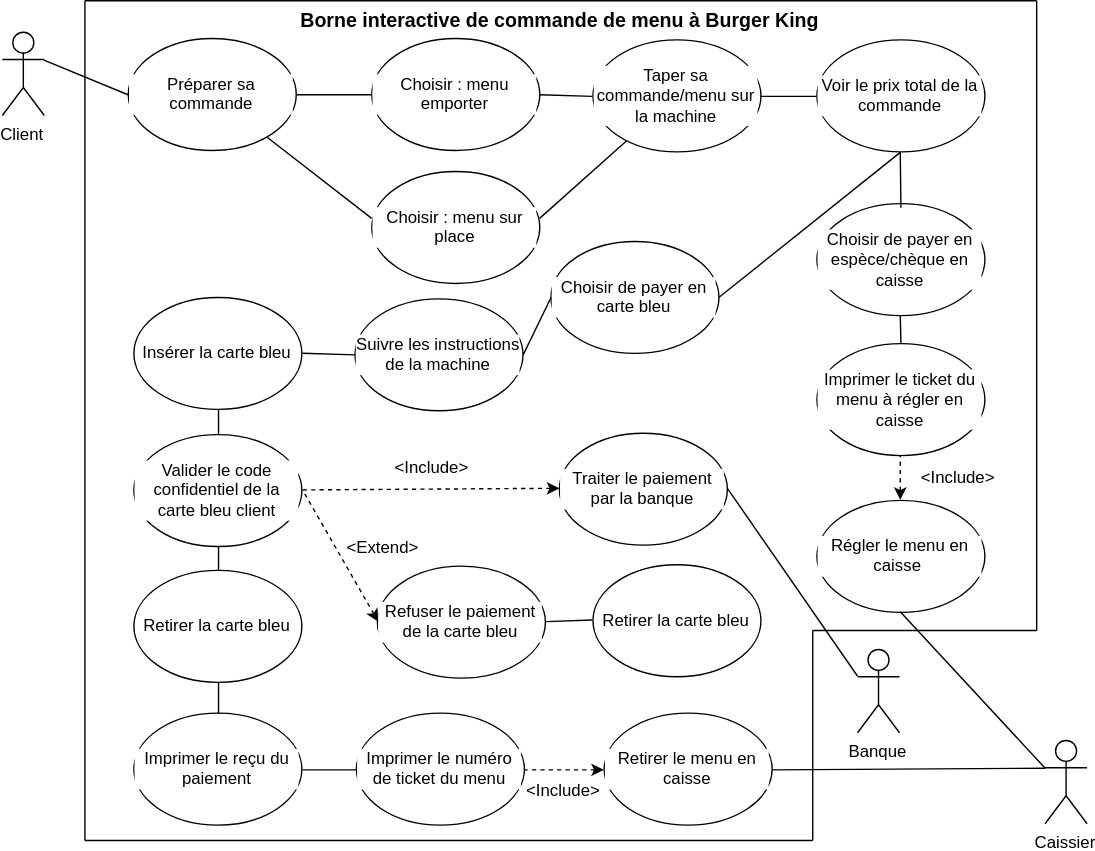
This is andhanouni/Usecase.svg from tagouth/GSI-AVUN_18-20, a draw.io export, as it was before one commit. Source tidied: cells renumbered, new cells last; positions are measured from the earlier drawing's top-left corner, leaving out a move shared by most shapes.
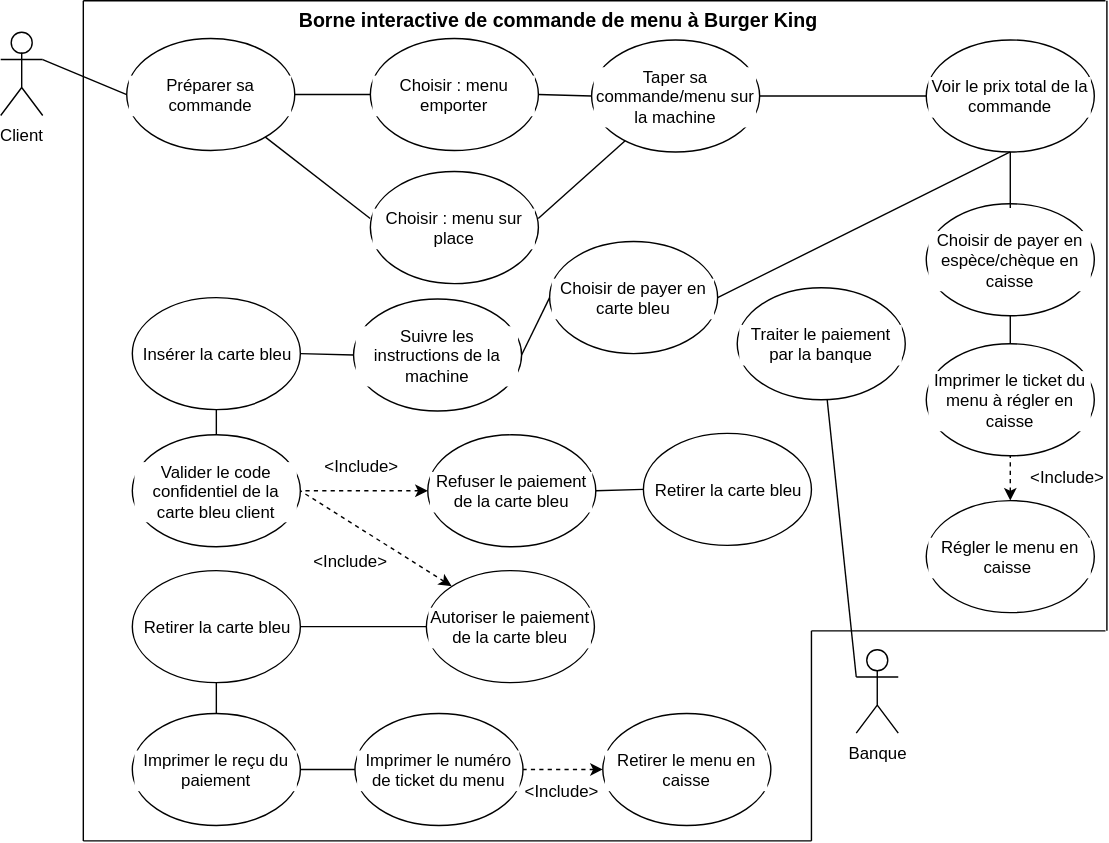
Above is the later version.

Change to the diagram source:
```diff
@@ -8,9 +8,6 @@
     <mxCell id="3" value="Préparer sa commande" style="ellipse;whiteSpace=wrap;html=1;shadow=0;labelBackgroundColor=#ffffff;align=center;direction=west;" parent="1" vertex="1">
       <mxGeometry x="90" y="27" width="120" height="80" as="geometry" />
     </mxCell>
-    <mxCell id="4" value="Caissier" style="shape=umlActor;verticalLabelPosition=bottom;labelBackgroundColor=#ffffff;verticalAlign=top;outlineConnect=0;shadow=0;align=center;html=1;" parent="1" vertex="1">
-      <mxGeometry x="745" y="528" width="30" height="60" as="geometry" />
-    </mxCell>
     <mxCell id="5" value="Banque" style="shape=umlActor;verticalLabelPosition=bottom;labelBackgroundColor=#ffffff;verticalAlign=top;outlineConnect=0;shadow=0;align=center;html=1;" parent="1" vertex="1">
       <mxGeometry x="611" y="463" width="30" height="60" as="geometry" />
     </mxCell>
@@ -24,7 +21,7 @@
       <mxGeometry x="422" y="28" width="120" height="80" as="geometry" />
     </mxCell>
     <mxCell id="9" value="Voir le prix total de la commande" style="ellipse;whiteSpace=wrap;html=1;shadow=0;labelBackgroundColor=#ffffff;align=center;" parent="1" vertex="1">
-      <mxGeometry x="582" y="28" width="120" height="80" as="geometry" />
+      <mxGeometry x="661" y="28" width="120" height="80" as="geometry" />
     </mxCell>
     <mxCell id="10" style="endArrow=none;html=1;exitX=1;exitY=0.3333333333333333;exitDx=0;exitDy=0;exitPerimeter=0;entryX=1;entryY=0.5;entryDx=0;entryDy=0;" parent="1" edge="1" source="2" target="3">
       <mxGeometry relative="1" as="geometry" />
@@ -52,31 +49,28 @@
       <mxGeometry x="392" y="172" width="120" height="80" as="geometry" />
     </mxCell>
     <mxCell id="17" value="Choisir de payer en espèce/chèque en caisse" style="ellipse;whiteSpace=wrap;html=1;shadow=0;labelBackgroundColor=#ffffff;align=center;" parent="1" vertex="1">
-      <mxGeometry x="582" y="145" width="120" height="80" as="geometry" />
+      <mxGeometry x="661" y="145" width="120" height="80" as="geometry" />
     </mxCell>
     <mxCell id="18" value="Imprimer le ticket du menu à régler en caisse" style="ellipse;whiteSpace=wrap;html=1;shadow=0;labelBackgroundColor=#ffffff;align=center;" parent="1" vertex="1">
-      <mxGeometry x="582" y="244.5" width="120" height="80" as="geometry" />
+      <mxGeometry x="661" y="244.5" width="120" height="80" as="geometry" />
     </mxCell>
     <mxCell id="19" style="endArrow=none;html=1;entryX=0.5;entryY=1;entryDx=0;entryDy=0;exitX=1;exitY=0.5;exitDx=0;exitDy=0;" parent="1" edge="1" source="16" target="9">
       <mxGeometry relative="1" as="geometry" />
     </mxCell>
     <mxCell id="20" style="endArrow=none;html=1;entryX=0.5;entryY=1;entryDx=0;entryDy=0;" parent="1" edge="1" target="9">
       <mxGeometry relative="1" as="geometry">
-        <mxPoint x="642" y="148" as="sourcePoint" />
+        <mxPoint x="721" y="148" as="sourcePoint" />
       </mxGeometry>
     </mxCell>
     <mxCell id="21" style="endArrow=none;html=1;entryX=0.5;entryY=1;entryDx=0;entryDy=0;" parent="1" edge="1" source="18" target="17">
       <mxGeometry relative="1" as="geometry" />
     </mxCell>
     <mxCell id="22" value="Régler le menu en caisse&amp;nbsp;" style="ellipse;whiteSpace=wrap;html=1;shadow=0;labelBackgroundColor=#ffffff;align=center;" parent="1" vertex="1">
-      <mxGeometry x="582" y="357" width="120" height="80" as="geometry" />
+      <mxGeometry x="661" y="357" width="120" height="80" as="geometry" />
     </mxCell>
     <mxCell id="23" style="endArrow=none;dashed=1;html=1;strokeWidth=1;exitX=0.5;exitY=0;exitDx=0;exitDy=0;startArrow=classic;startFill=1;entryX=0.5;entryY=1;entryDx=0;entryDy=0;" parent="1" edge="1" source="22" target="18">
       <mxGeometry relative="1" as="geometry" />
     </mxCell>
-    <mxCell id="24" style="endArrow=none;html=1;strokeWidth=1;entryX=0.5;entryY=1;entryDx=0;entryDy=0;exitX=0;exitY=0.3333333333333333;exitDx=0;exitDy=0;exitPerimeter=0;" parent="1" edge="1" source="4" target="22">
-      <mxGeometry relative="1" as="geometry" />
-    </mxCell>
     <mxCell id="25" value="Suivre les instructions de la machine" style="ellipse;whiteSpace=wrap;html=1;shadow=0;labelBackgroundColor=#ffffff;align=center;" parent="1" vertex="1">
       <mxGeometry x="252" y="213" width="120" height="80" as="geometry" />
     </mxCell>
@@ -98,11 +92,8 @@
     <mxCell id="31" value="Retirer la carte bleu" style="ellipse;whiteSpace=wrap;html=1;shadow=0;labelBackgroundColor=#ffffff;align=center;" parent="1" vertex="1">
       <mxGeometry x="94" y="407" width="120" height="80" as="geometry" />
     </mxCell>
-    <mxCell id="32" style="endArrow=none;html=1;strokeWidth=1;entryX=0.5;entryY=1;entryDx=0;entryDy=0;exitX=0.5;exitY=0;exitDx=0;exitDy=0;" parent="1" edge="1" source="31" target="29">
-      <mxGeometry relative="1" as="geometry" />
-    </mxCell>
     <mxCell id="33" value="Traiter le paiement par la banque" style="ellipse;whiteSpace=wrap;html=1;shadow=0;labelBackgroundColor=#ffffff;align=center;" parent="1" vertex="1">
-      <mxGeometry x="398" y="308.5" width="120" height="80" as="geometry" />
+      <mxGeometry x="526" y="204.5" width="120" height="80" as="geometry" />
     </mxCell>
     <mxCell id="34" value="Imprimer le reçu du paiement" style="ellipse;whiteSpace=wrap;html=1;shadow=0;labelBackgroundColor=#ffffff;align=center;" parent="1" vertex="1">
       <mxGeometry x="94" y="509" width="120" height="80" as="geometry" />
@@ -116,41 +107,29 @@
     <mxCell id="37" value="Retirer le menu en caisse" style="ellipse;whiteSpace=wrap;html=1;shadow=0;labelBackgroundColor=#ffffff;align=center;" parent="1" vertex="1">
       <mxGeometry x="430" y="509" width="120" height="80" as="geometry" />
     </mxCell>
-    <mxCell id="38" style="endArrow=none;html=1;strokeWidth=1;entryX=1;entryY=0.5;entryDx=0;entryDy=0;exitX=0;exitY=0.3333333333333333;exitDx=0;exitDy=0;exitPerimeter=0;" parent="1" edge="1" source="4" target="37">
-      <mxGeometry relative="1" as="geometry" />
-    </mxCell>
     <mxCell id="39" style="endArrow=none;dashed=1;html=1;strokeWidth=1;entryX=1;entryY=0.5;entryDx=0;entryDy=0;startArrow=classic;startFill=1;exitX=0;exitY=0.5;exitDx=0;exitDy=0;" parent="1" edge="1" source="37" target="36">
       <mxGeometry relative="1" as="geometry" />
     </mxCell>
     <mxCell id="40" style="endArrow=none;html=1;strokeWidth=1;entryX=1;entryY=0.5;entryDx=0;entryDy=0;exitX=0;exitY=0.5;exitDx=0;exitDy=0;" parent="1" edge="1" source="36" target="34">
       <mxGeometry relative="1" as="geometry" />
     </mxCell>
-    <mxCell id="41" style="endArrow=none;dashed=1;html=1;strokeWidth=1;entryX=1;entryY=0.5;entryDx=0;entryDy=0;exitX=0;exitY=0.5;exitDx=0;exitDy=0;startArrow=classic;startFill=1;" parent="1" edge="1" source="33" target="29">
-      <mxGeometry relative="1" as="geometry" />
-    </mxCell>
-    <mxCell id="42" style="endArrow=none;html=1;strokeWidth=1;entryX=1;entryY=0.5;entryDx=0;entryDy=0;exitX=0;exitY=0.3333333333333333;exitDx=0;exitDy=0;exitPerimeter=0;" parent="1" edge="1" source="5" target="33">
-      <mxGeometry relative="1" as="geometry" />
-    </mxCell>
     <mxCell id="43" value="Refuser le paiement de la carte bleu" style="ellipse;whiteSpace=wrap;html=1;shadow=0;labelBackgroundColor=#ffffff;align=center;" parent="1" vertex="1">
-      <mxGeometry x="268" y="403.5" width="120" height="80" as="geometry" />
+      <mxGeometry x="305" y="309.5" width="120" height="80" as="geometry" />
     </mxCell>
     <mxCell id="44" style="endArrow=none;dashed=1;html=1;strokeWidth=1;entryX=1;entryY=0.5;entryDx=0;entryDy=0;startArrow=classic;startFill=1;exitX=0;exitY=0.5;exitDx=0;exitDy=0;" parent="1" edge="1" source="43" target="29">
       <mxGeometry relative="1" as="geometry" />
     </mxCell>
     <mxCell id="45" value="Retirer la carte bleu" style="ellipse;whiteSpace=wrap;html=1;shadow=0;labelBackgroundColor=#ffffff;align=center;" parent="1" vertex="1">
-      <mxGeometry x="422" y="403" width="120" height="80" as="geometry" />
+      <mxGeometry x="459" y="309" width="120" height="80" as="geometry" />
     </mxCell>
     <mxCell id="46" style="endArrow=none;html=1;strokeWidth=1;exitX=0;exitY=0.5;exitDx=0;exitDy=0;entryX=1;entryY=0.5;entryDx=0;entryDy=0;" parent="1" edge="1" source="45" target="43">
       <mxGeometry relative="1" as="geometry" />
     </mxCell>
-    <mxCell id="47" value="&amp;lt;Include&amp;gt;" style="text;html=1;strokeColor=none;fillColor=none;align=center;verticalAlign=middle;whiteSpace=wrap;rounded=0;shadow=0;labelBackgroundColor=#ffffff;" parent="1" vertex="1">
-      <mxGeometry x="286" y="322.5" width="40" height="20" as="geometry" />
-    </mxCell>
-    <mxCell id="48" value="&amp;lt;Extend&amp;gt;" style="text;html=1;strokeColor=none;fillColor=none;align=center;verticalAlign=middle;whiteSpace=wrap;rounded=0;shadow=0;labelBackgroundColor=#ffffff;" parent="1" vertex="1">
-      <mxGeometry x="252" y="379.5" width="40" height="20" as="geometry" />
+    <mxCell id="48" value="&amp;lt;Include&amp;gt;" style="text;html=1;strokeColor=none;fillColor=none;align=center;verticalAlign=middle;whiteSpace=wrap;rounded=0;shadow=0;labelBackgroundColor=#ffffff;" parent="1" vertex="1">
+      <mxGeometry x="237" y="321.5" width="40" height="20" as="geometry" />
     </mxCell>
     <mxCell id="49" value="&amp;lt;Include&amp;gt;" style="text;html=1;strokeColor=none;fillColor=none;align=center;verticalAlign=middle;whiteSpace=wrap;rounded=0;shadow=0;labelBackgroundColor=#ffffff;" parent="1" vertex="1">
-      <mxGeometry x="662" y="329.5" width="40" height="20" as="geometry" />
+      <mxGeometry x="741" y="329.5" width="40" height="20" as="geometry" />
     </mxCell>
     <mxCell id="50" value="&amp;lt;Include&amp;gt;" style="text;html=1;strokeColor=none;fillColor=none;align=center;verticalAlign=middle;whiteSpace=wrap;rounded=0;shadow=0;labelBackgroundColor=#ffffff;" parent="1" vertex="1">
       <mxGeometry x="380" y="554" width="40" height="20" as="geometry" />
@@ -179,20 +158,35 @@
     <mxCell id="55" style="endArrow=none;html=1;strokeWidth=1;" parent="1" edge="1">
       <mxGeometry relative="1" as="geometry">
         <mxPoint x="59" as="sourcePoint" />
-        <mxPoint x="739" as="targetPoint" />
+        <mxPoint x="789" as="targetPoint" />
       </mxGeometry>
     </mxCell>
     <mxCell id="56" style="endArrow=none;html=1;strokeWidth=1;" parent="1" edge="1">
       <mxGeometry relative="1" as="geometry">
-        <mxPoint x="739" y="450" as="sourcePoint" />
-        <mxPoint x="739" as="targetPoint" />
+        <mxPoint x="790" y="450" as="sourcePoint" />
+        <mxPoint x="790" as="targetPoint" />
       </mxGeometry>
     </mxCell>
     <mxCell id="57" style="endArrow=none;html=1;strokeWidth=1;" parent="1" edge="1">
       <mxGeometry relative="1" as="geometry">
         <mxPoint x="579" y="450" as="sourcePoint" />
-        <mxPoint x="739" y="450" as="targetPoint" />
+        <mxPoint x="789" y="450" as="targetPoint" />
       </mxGeometry>
     </mxCell>
+    <mxCell id="58" style="endArrow=none;html=1;entryX=0;entryY=0.3333333333333333;entryDx=0;entryDy=0;entryPerimeter=0;" parent="1" edge="1" source="33" target="5">
+      <mxGeometry relative="1" as="geometry" />
+    </mxCell>
+    <mxCell id="59" value="Autoriser le paiement de la carte bleu" style="ellipse;whiteSpace=wrap;html=1;shadow=0;labelBackgroundColor=#ffffff;align=center;" parent="1" vertex="1">
+      <mxGeometry x="304" y="406.5" width="120" height="80" as="geometry" />
+    </mxCell>
+    <mxCell id="60" style="endArrow=none;dashed=1;html=1;strokeWidth=1;entryX=1;entryY=0.5;entryDx=0;entryDy=0;startArrow=classic;startFill=1;exitX=0;exitY=0;exitDx=0;exitDy=0;" parent="1" edge="1" source="59" target="29">
+      <mxGeometry relative="1" as="geometry" />
+    </mxCell>
+    <mxCell id="61" style="endArrow=none;html=1;entryX=0;entryY=0.5;entryDx=0;entryDy=0;exitX=1;exitY=0.5;exitDx=0;exitDy=0;" parent="1" edge="1" source="31" target="59">
+      <mxGeometry relative="1" as="geometry" />
+    </mxCell>
+    <mxCell id="47" value="&amp;lt;Include&amp;gt;" style="text;html=1;strokeColor=none;fillColor=none;align=center;verticalAlign=middle;whiteSpace=wrap;rounded=0;shadow=0;labelBackgroundColor=#ffffff;" parent="1" vertex="1">
+      <mxGeometry x="229" y="389.5" width="40" height="20" as="geometry" />
+    </mxCell>
   </root>
 </mxGraphModel>
```
